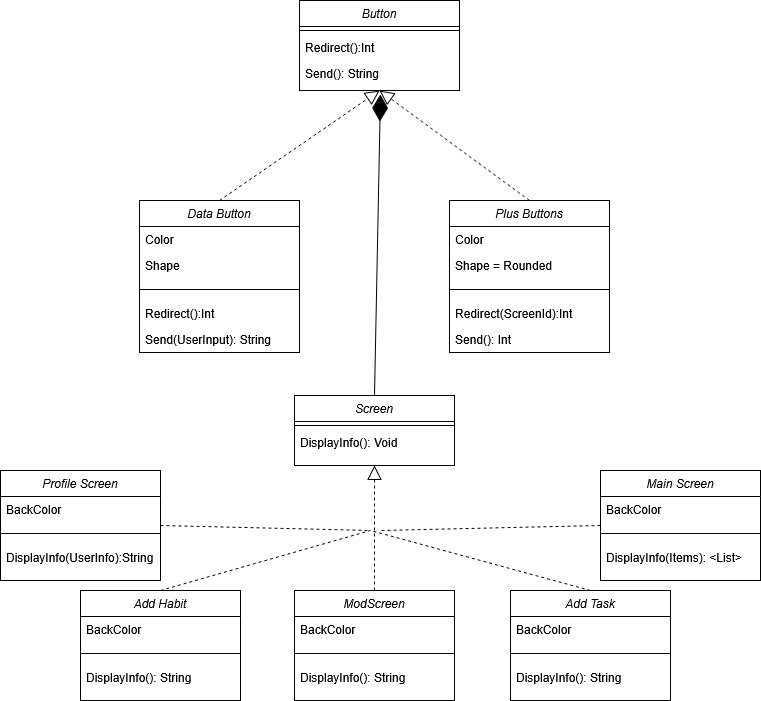
The draw.io diagram Diagrams/Class_Interfaces.drawio.png in Fabiancipher/Habitra, before a commit. Source tidied: cells renumbered, new cells last; positions are measured from the earlier drawing's top-left corner, leaving out a move shared by most shapes.
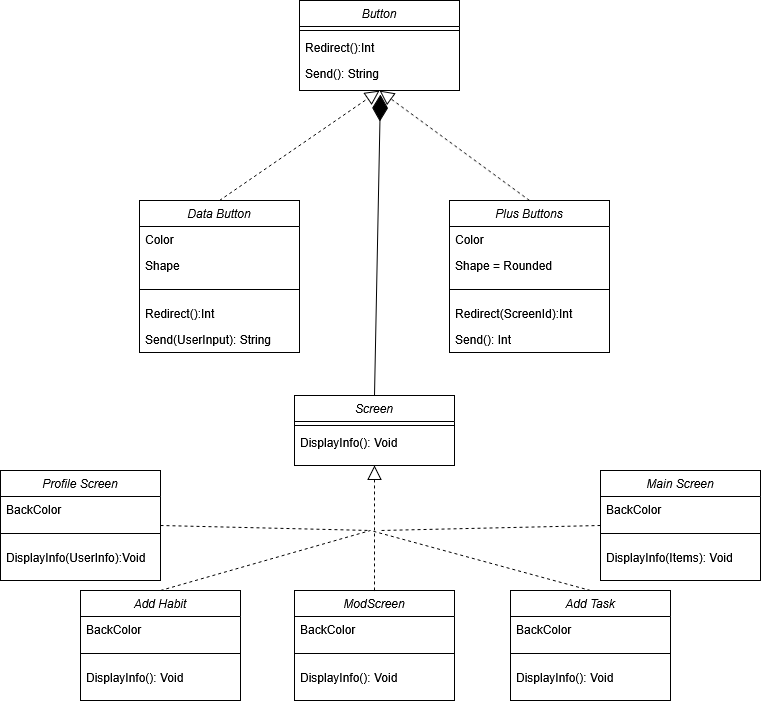
The same diagram one commit later.

Change to the diagram source:
```diff
@@ -76,7 +76,7 @@
     <mxCell id="25" style="line;html=1;strokeWidth=1;align=left;verticalAlign=middle;spacingTop=-1;spacingLeft=3;spacingRight=3;labelPosition=right;" parent="23" vertex="1">
       <mxGeometry y="52" width="160" height="22" as="geometry" />
     </mxCell>
-    <mxCell id="26" value="DisplayInfo(): String" style="text;align=left;verticalAlign=top;spacingLeft=4;spacingRight=4;overflow=hidden;" parent="23" vertex="1">
+    <mxCell id="26" value="DisplayInfo(): Void" style="text;align=left;verticalAlign=top;spacingLeft=4;spacingRight=4;overflow=hidden;" parent="23" vertex="1">
       <mxGeometry y="74" width="160" height="26" as="geometry" />
     </mxCell>
     <mxCell id="27" value="Profile Screen" style="swimlane;fontStyle=2;align=center;verticalAlign=top;horizontal=1;startSize=26;rounded=0;shadow=0;strokeWidth=1;" parent="1" vertex="1">
@@ -88,7 +88,7 @@
     <mxCell id="29" style="line;html=1;strokeWidth=1;align=left;verticalAlign=middle;spacingTop=-1;spacingLeft=3;spacingRight=3;labelPosition=right;" parent="27" vertex="1">
       <mxGeometry y="52" width="160" height="22" as="geometry" />
     </mxCell>
-    <mxCell id="30" value="DisplayInfo(UserInfo):String" style="text;align=left;verticalAlign=top;spacingLeft=4;spacingRight=4;overflow=hidden;" parent="27" vertex="1">
+    <mxCell id="30" value="DisplayInfo(UserInfo):Void" style="text;align=left;verticalAlign=top;spacingLeft=4;spacingRight=4;overflow=hidden;" parent="27" vertex="1">
       <mxGeometry y="74" width="160" height="26" as="geometry" />
     </mxCell>
     <mxCell id="31" value="Main Screen" style="swimlane;fontStyle=2;align=center;verticalAlign=top;horizontal=1;startSize=26;rounded=0;shadow=0;strokeWidth=1;" parent="1" vertex="1">
@@ -100,7 +100,7 @@
     <mxCell id="33" style="line;html=1;strokeWidth=1;align=left;verticalAlign=middle;spacingTop=-1;spacingLeft=3;spacingRight=3;labelPosition=right;" parent="31" vertex="1">
       <mxGeometry y="52" width="160" height="22" as="geometry" />
     </mxCell>
-    <mxCell id="34" value="DisplayInfo(Items): &lt;List&gt;" style="text;align=left;verticalAlign=top;spacingLeft=4;spacingRight=4;overflow=hidden;" parent="31" vertex="1">
+    <mxCell id="34" value="DisplayInfo(Items): Void" style="text;align=left;verticalAlign=top;spacingLeft=4;spacingRight=4;overflow=hidden;" parent="31" vertex="1">
       <mxGeometry y="74" width="160" height="26" as="geometry" />
     </mxCell>
     <mxCell id="35" value="Add Task" style="swimlane;fontStyle=2;align=center;verticalAlign=top;horizontal=1;startSize=26;rounded=0;shadow=0;strokeWidth=1;" parent="1" vertex="1">
@@ -112,7 +112,7 @@
     <mxCell id="37" style="line;html=1;strokeWidth=1;align=left;verticalAlign=middle;spacingTop=-1;spacingLeft=3;spacingRight=3;labelPosition=right;" parent="35" vertex="1">
       <mxGeometry y="52" width="160" height="22" as="geometry" />
     </mxCell>
-    <mxCell id="38" value="DisplayInfo(): String" style="text;align=left;verticalAlign=top;spacingLeft=4;spacingRight=4;overflow=hidden;" parent="35" vertex="1">
+    <mxCell id="38" value="DisplayInfo(): Void" style="text;align=left;verticalAlign=top;spacingLeft=4;spacingRight=4;overflow=hidden;" parent="35" vertex="1">
       <mxGeometry y="74" width="160" height="26" as="geometry" />
     </mxCell>
     <mxCell id="39" value="ModScreen" style="swimlane;fontStyle=2;align=center;verticalAlign=top;horizontal=1;startSize=26;rounded=0;shadow=0;strokeWidth=1;" parent="1" vertex="1">
@@ -124,7 +124,7 @@
     <mxCell id="41" style="line;html=1;strokeWidth=1;align=left;verticalAlign=middle;spacingTop=-1;spacingLeft=3;spacingRight=3;labelPosition=right;" parent="39" vertex="1">
       <mxGeometry y="52" width="160" height="22" as="geometry" />
     </mxCell>
-    <mxCell id="42" value="DisplayInfo(): String" style="text;align=left;verticalAlign=top;spacingLeft=4;spacingRight=4;overflow=hidden;" parent="39" vertex="1">
+    <mxCell id="42" value="DisplayInfo(): Void" style="text;align=left;verticalAlign=top;spacingLeft=4;spacingRight=4;overflow=hidden;" parent="39" vertex="1">
       <mxGeometry y="74" width="160" height="26" as="geometry" />
     </mxCell>
     <mxCell id="43" style="endArrow=block;dashed=1;endFill=0;endSize=12;html=1;rounded=0;entryX=0.5;entryY=1;entryDx=0;entryDy=0;exitX=0.5;exitY=0;exitDx=0;exitDy=0;" parent="1" edge="1" source="39" target="20">
```
